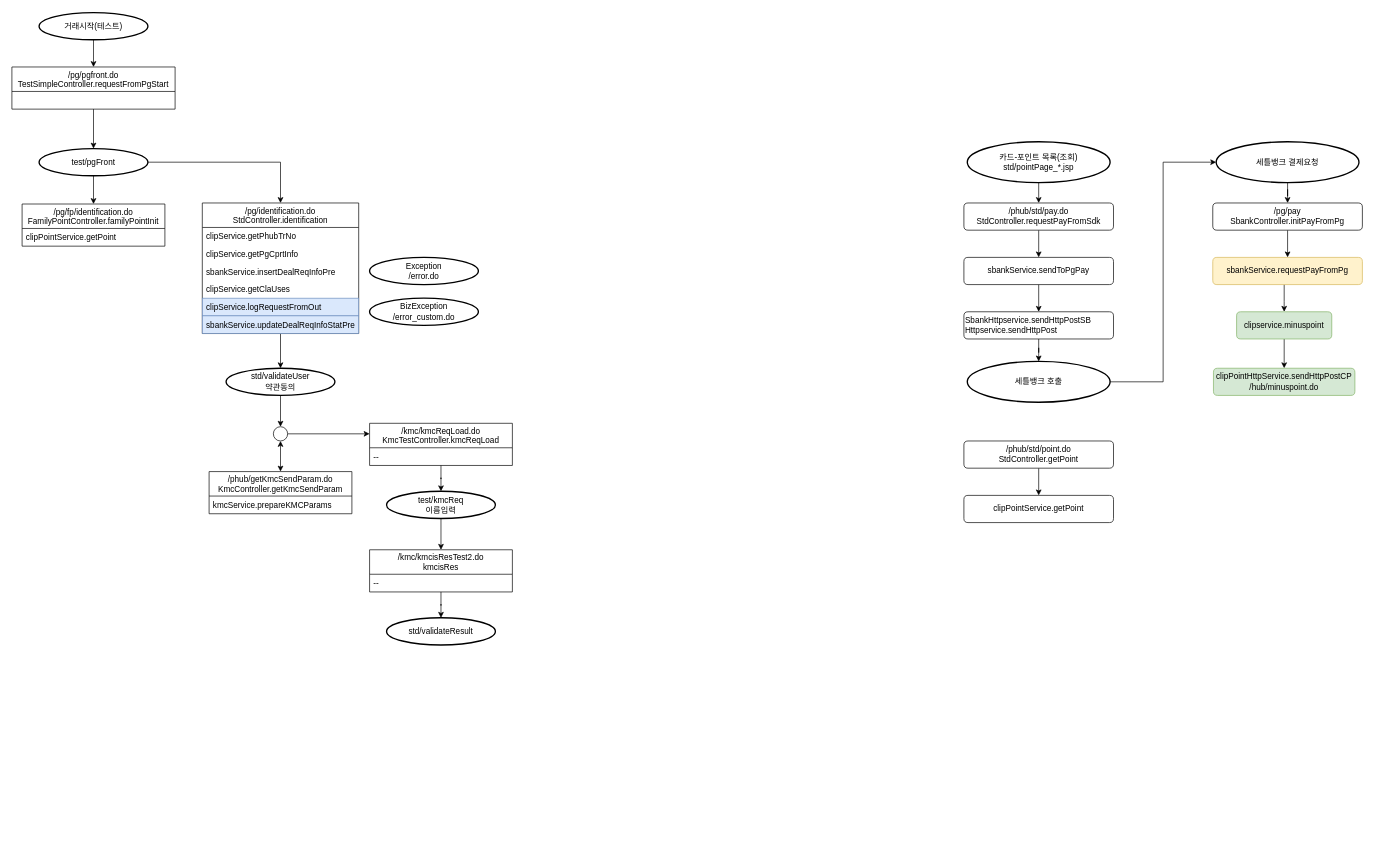
Before: pointHub_PA.drawio in latemorning/sichuan, a draw.io diagram. Source tidied: cells renumbered, new cells numbered last; positions are measured from the earlier drawing's top-left corner, leaving out a move shared by most shapes. Both pictures are drawn from the tidied source at 68%, with x=0, y=0 at pixel (12, 12).
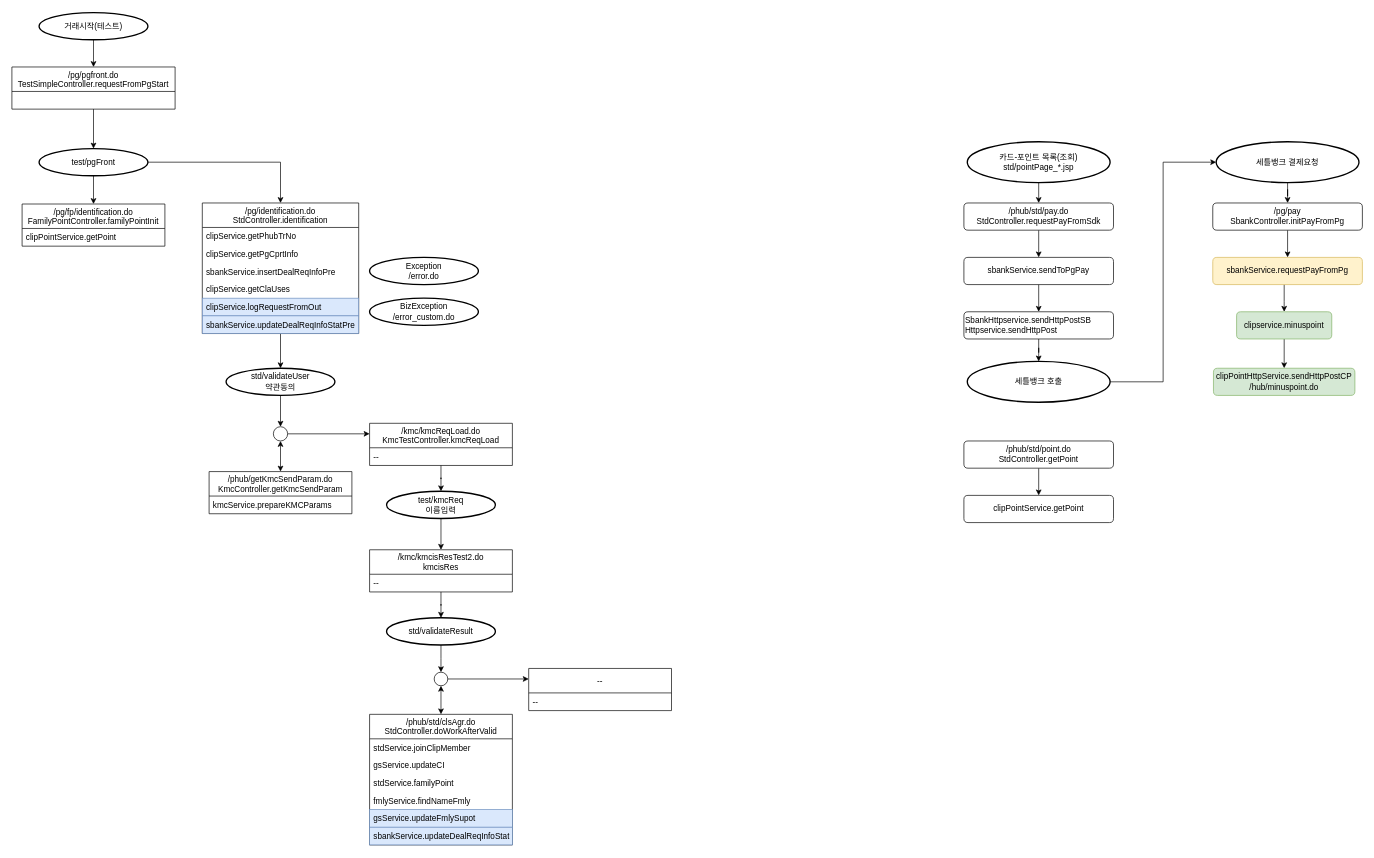
Above is the later version.

Unchanged cells that the change refers to:
```xml
<mxCell id="58" value="std/validateResult" style="strokeWidth=2;html=1;shape=mxgraph.flowchart.start_1;whiteSpace=wrap;fontSize=12;align=center;" parent="1" vertex="1">
  <mxGeometry x="551" y="890" width="160" height="40" as="geometry" />
</mxCell>
```

The edit, as a diff of the source:
```diff
@@
+    <mxCell id="59" style="edgeStyle=orthogonalEdgeStyle;rounded=0;jettySize=auto;html=1;" parent="1" edge="1" source="58">
+      <mxGeometry relative="1" as="geometry">
+        <mxPoint x="631" y="970" as="targetPoint" />
+      </mxGeometry>
+    </mxCell>
@@
+    <mxCell id="60" value="/phub/std/clsAgr.do&#10;StdController.doWorkAfterValid" style="swimlane;fontStyle=0;horizontal=1;startSize=36;fillColor=none;" parent="1" vertex="1">
+      <mxGeometry x="526" y="1032" width="210" height="192" as="geometry" />
+    </mxCell>
+    <mxCell id="61" value="stdService.joinClipMember" style="text;strokeColor=none;fillColor=none;align=left;verticalAlign=top;spacingLeft=4;spacingRight=4;overflow=hidden;" parent="60" vertex="1">
+      <mxGeometry y="36" width="210" height="26" as="geometry" />
+    </mxCell>
+    <mxCell id="62" value="gsService.updateCI" style="text;strokeColor=none;fillColor=none;align=left;verticalAlign=top;spacingLeft=4;spacingRight=4;overflow=hidden;" parent="60" vertex="1">
+      <mxGeometry y="62" width="210" height="26" as="geometry" />
+    </mxCell>
+    <mxCell id="63" value="stdService.familyPoint" style="text;strokeColor=none;fillColor=none;align=left;verticalAlign=top;spacingLeft=4;spacingRight=4;overflow=hidden;" parent="60" vertex="1">
+      <mxGeometry y="88" width="210" height="26" as="geometry" />
+    </mxCell>
+    <mxCell id="64" value="fmlyService.findNameFmly" style="text;strokeColor=none;fillColor=none;align=left;verticalAlign=top;spacingLeft=4;spacingRight=4;overflow=hidden;" parent="60" vertex="1">
+      <mxGeometry y="114" width="210" height="26" as="geometry" />
+    </mxCell>
+    <mxCell id="65" value="gsService.updateFmlySupot" style="text;strokeColor=#6c8ebf;fillColor=#dae8fc;align=left;verticalAlign=top;spacingLeft=4;spacingRight=4;overflow=hidden;" parent="60" vertex="1">
+      <mxGeometry y="140" width="210" height="26" as="geometry" />
+    </mxCell>
+    <mxCell id="66" value="sbankService.updateDealReqInfoStat" style="text;strokeColor=#6c8ebf;fillColor=#dae8fc;align=left;verticalAlign=top;spacingLeft=4;spacingRight=4;overflow=hidden;" parent="60" vertex="1">
+      <mxGeometry y="166" width="210" height="26" as="geometry" />
+    </mxCell>
+    <mxCell id="67" style="edgeStyle=orthogonalEdgeStyle;rounded=0;jettySize=auto;html=1;entryX=0;entryY=0.25;entryDx=0;entryDy=0;" parent="1" edge="1" source="68" target="70">
+      <mxGeometry relative="1" as="geometry" />
+    </mxCell>
+    <mxCell id="68" style="ellipse;whiteSpace=wrap;html=1;" parent="1" vertex="1">
+      <mxGeometry x="621" y="970" width="20" height="20" as="geometry" />
+    </mxCell>
+    <mxCell id="69" style="edgeStyle=orthogonalEdgeStyle;rounded=0;jettySize=auto;html=1;entryX=0.5;entryY=0;entryDx=0;entryDy=0;startArrow=classic;startFill=1;exitX=0.5;exitY=1;exitDx=0;exitDy=0;" parent="1" edge="1" source="68" target="60">
+      <mxGeometry relative="1" as="geometry" />
+    </mxCell>
+    <mxCell id="70" value="--" style="swimlane;fontStyle=0;horizontal=1;startSize=36;fillColor=none;" parent="1" vertex="1">
+      <mxGeometry x="760" y="964.5" width="210" height="62" as="geometry" />
+    </mxCell>
+    <mxCell id="71" value="--" style="text;strokeColor=none;fillColor=none;align=left;verticalAlign=top;spacingLeft=4;spacingRight=4;overflow=hidden;" parent="70" vertex="1">
+      <mxGeometry y="36" width="210" height="26" as="geometry" />
+    </mxCell>
```
